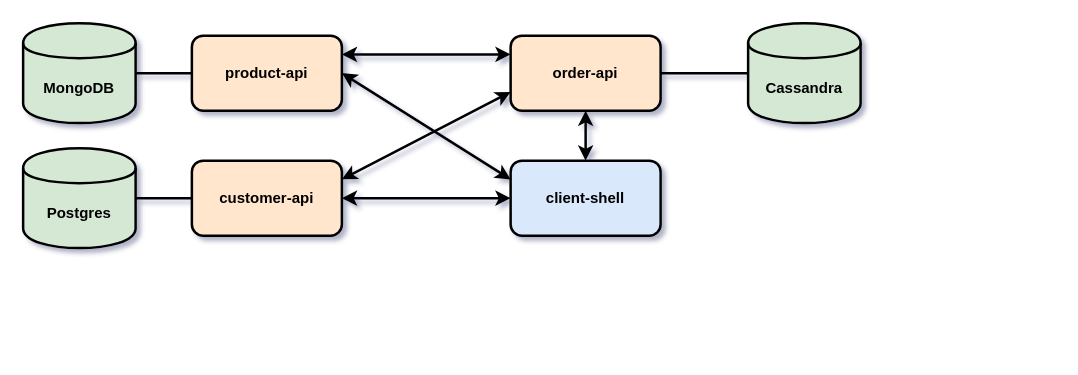
This is documentation/project-diagram.drawio from ivangfr/spring-webflux-reactive-databases, a draw.io file, before an edit. Source tidied: cells renumbered, new cells numbered last; positions are measured from the earlier drawing's top-left corner, leaving out a move shared by most shapes. Both pictures are drawn from the tidied source at 125%, with x=0, y=0 at pixel (22, 22).
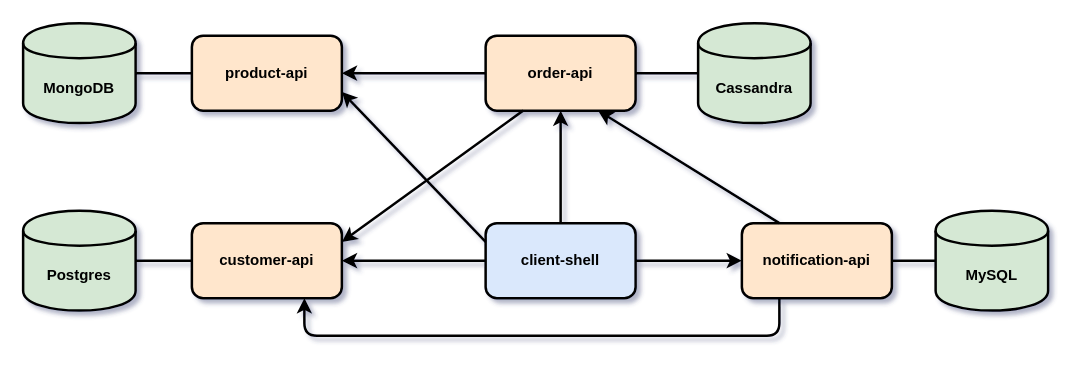
After the change.

The change refers to these unchanged cells:
```xml
<mxCell id="2" value="product-api" style="rounded=1;whiteSpace=wrap;html=1;strokeWidth=2;fontStyle=1;fillColor=#ffe6cc;strokeColor=#000000;" parent="1" vertex="1">
  <mxGeometry x="135" y="10" width="120" height="60" as="geometry" />
</mxCell>
```

The edit, as a diff of the source:
```diff
@@
     <mxCell id="3" value="customer-api" style="rounded=1;whiteSpace=wrap;html=1;strokeWidth=2;fontStyle=1;fillColor=#ffe6cc;strokeColor=#000000;" parent="1" vertex="1">
-      <mxGeometry x="135" y="110" width="120" height="60" as="geometry" />
+      <mxGeometry x="135" y="160" width="120" height="60" as="geometry" />
     </mxCell>
     <mxCell id="4" value="order-api" style="rounded=1;whiteSpace=wrap;html=1;strokeWidth=2;fontStyle=1;fillColor=#ffe6cc;strokeColor=#000000;" parent="1" vertex="1">
-      <mxGeometry x="390" y="10" width="120" height="60" as="geometry" />
+      <mxGeometry x="370" y="10" width="120" height="60" as="geometry" />
     </mxCell>
     <mxCell id="5" value="client-shell" style="rounded=1;whiteSpace=wrap;html=1;strokeWidth=2;fontStyle=1;fillColor=#dae8fc;strokeColor=#000000;" parent="1" vertex="1">
-      <mxGeometry x="390" y="110" width="120" height="60" as="geometry" />
+      <mxGeometry x="370" y="160" width="120" height="60" as="geometry" />
     </mxCell>
@@
     <mxCell id="7" value="Cassandra" style="shape=cylinder;whiteSpace=wrap;html=1;boundedLbl=1;backgroundOutline=1;strokeWidth=2;fontStyle=1;fillColor=#d5e8d4;strokeColor=#000000;" parent="1" vertex="1">
-      <mxGeometry x="580" width="90" height="80" as="geometry" />
+      <mxGeometry x="540" width="90" height="80" as="geometry" />
     </mxCell>
     <mxCell id="8" value="Postgres" style="shape=cylinder;whiteSpace=wrap;html=1;boundedLbl=1;backgroundOutline=1;strokeWidth=2;fontStyle=1;fillColor=#d5e8d4;strokeColor=#000000;" parent="1" vertex="1">
-      <mxGeometry y="100" width="90" height="80" as="geometry" />
+      <mxGeometry y="150" width="90" height="80" as="geometry" />
     </mxCell>
@@
-    <mxCell id="12" style="endArrow=classic;startArrow=classic;html=1;strokeWidth=2;exitX=1;exitY=0.5;exitDx=0;exitDy=0;entryX=0;entryY=0.5;entryDx=0;entryDy=0;endFill=1;" parent="1" edge="1" source="3" target="5">
+    <mxCell id="12" style="endArrow=none;startArrow=classic;html=1;strokeWidth=2;exitX=1;exitY=0.5;exitDx=0;exitDy=0;entryX=0;entryY=0.5;entryDx=0;entryDy=0;endFill=0;" parent="1" edge="1" source="3" target="5">
       <mxGeometry relative="1" as="geometry" />
     </mxCell>
-    <mxCell id="13" style="endArrow=classic;startArrow=classic;html=1;strokeWidth=2;exitX=1;exitY=0.5;exitDx=0;exitDy=0;entryX=0;entryY=0.25;entryDx=0;entryDy=0;endFill=1;" parent="1" edge="1" source="2" target="5">
+    <mxCell id="13" style="endArrow=none;startArrow=classic;html=1;strokeWidth=2;exitX=1;exitY=0.75;exitDx=0;exitDy=0;entryX=0;entryY=0.25;entryDx=0;entryDy=0;endFill=0;" parent="1" edge="1" source="2" target="5">
       <mxGeometry relative="1" as="geometry" />
     </mxCell>
-    <mxCell id="14" style="endArrow=classic;startArrow=classic;html=1;strokeWidth=2;entryX=0.5;entryY=1;entryDx=0;entryDy=0;exitX=0.5;exitY=0;exitDx=0;exitDy=0;endFill=1;startFill=1;" parent="1" edge="1" source="5" target="4">
+    <mxCell id="14" style="endArrow=classic;startArrow=none;html=1;strokeWidth=2;entryX=0.5;entryY=1;entryDx=0;entryDy=0;exitX=0.5;exitY=0;exitDx=0;exitDy=0;endFill=1;startFill=0;" parent="1" edge="1" source="5" target="4">
       <mxGeometry relative="1" as="geometry" />
     </mxCell>
-    <mxCell id="15" style="endArrow=classic;startArrow=classic;html=1;strokeWidth=2;exitX=1;exitY=0.25;exitDx=0;exitDy=0;entryX=0;entryY=0.25;entryDx=0;entryDy=0;endFill=1;" parent="1" edge="1" source="2" target="4">
+    <mxCell id="15" style="endArrow=none;startArrow=classic;html=1;strokeWidth=2;exitX=1;exitY=0.5;exitDx=0;exitDy=0;entryX=0;entryY=0.5;entryDx=0;entryDy=0;endFill=0;" parent="1" edge="1" source="2" target="4">
       <mxGeometry relative="1" as="geometry" />
     </mxCell>
-    <mxCell id="16" style="endArrow=classic;startArrow=classic;html=1;strokeWidth=2;exitX=1;exitY=0.25;exitDx=0;exitDy=0;entryX=0;entryY=0.75;entryDx=0;entryDy=0;endFill=1;" parent="1" edge="1" source="3" target="4">
+    <mxCell id="16" style="endArrow=none;startArrow=classic;html=1;strokeWidth=2;exitX=1;exitY=0.25;exitDx=0;exitDy=0;entryX=0.25;entryY=1;entryDx=0;entryDy=0;endFill=0;" parent="1" edge="1" source="3" target="4">
       <mxGeometry relative="1" as="geometry" />
     </mxCell>
+    <mxCell id="17" value="notification-api" style="rounded=1;whiteSpace=wrap;html=1;strokeWidth=2;fontStyle=1;fillColor=#ffe6cc;strokeColor=#000000;" parent="1" vertex="1">
+      <mxGeometry x="575" y="160" width="120" height="60" as="geometry" />
+    </mxCell>
+    <mxCell id="18" style="endArrow=none;startArrow=classic;html=1;strokeWidth=2;entryX=1;entryY=0.5;entryDx=0;entryDy=0;exitX=0;exitY=0.5;exitDx=0;exitDy=0;endFill=0;startFill=1;" parent="1" edge="1" source="17" target="5">
+      <mxGeometry relative="1" as="geometry" />
+    </mxCell>
+    <mxCell id="19" value="MySQL" style="shape=cylinder;whiteSpace=wrap;html=1;boundedLbl=1;backgroundOutline=1;strokeWidth=2;fontStyle=1;fillColor=#d5e8d4;strokeColor=#000000;" parent="1" vertex="1">
+      <mxGeometry x="730" y="150" width="90" height="80" as="geometry" />
+    </mxCell>
+    <mxCell id="20" style="endArrow=none;html=1;entryX=1;entryY=0.5;entryDx=0;entryDy=0;strokeWidth=2;exitX=0;exitY=0.5;exitDx=0;exitDy=0;" parent="1" edge="1" source="19" target="17">
+      <mxGeometry relative="1" as="geometry" />
+    </mxCell>
+    <mxCell id="21" style="endArrow=classic;startArrow=none;html=1;strokeWidth=2;entryX=0.75;entryY=1;entryDx=0;entryDy=0;exitX=0.25;exitY=0;exitDx=0;exitDy=0;endFill=1;startFill=0;" parent="1" edge="1" source="17" target="4">
+      <mxGeometry relative="1" as="geometry" />
+    </mxCell>
+    <mxCell id="22" style="endArrow=classic;startArrow=none;html=1;strokeWidth=2;entryX=0.75;entryY=1;entryDx=0;entryDy=0;exitX=0.25;exitY=1;exitDx=0;exitDy=0;endFill=1;startFill=0;" parent="1" edge="1" source="17" target="3">
+      <mxGeometry relative="1" as="geometry">
+        <Array as="points">
+          <mxPoint x="605" y="250" />
+          <mxPoint x="225" y="250" />
+        </Array>
+      </mxGeometry>
+    </mxCell>
```
